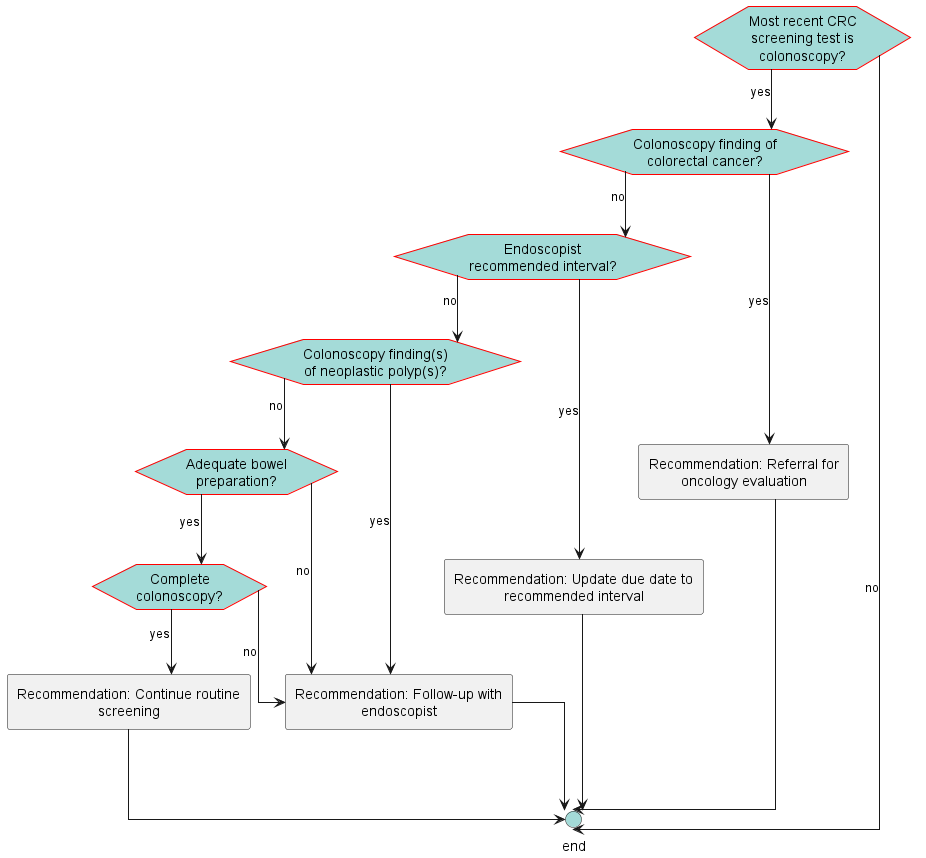
Before: images/flow-FollowUpColonoscopy.png, a diagram exported from PlantUML (ccsm-cds-tools/CDC-Colorectal-Cancer-Screening-CDS-L2).
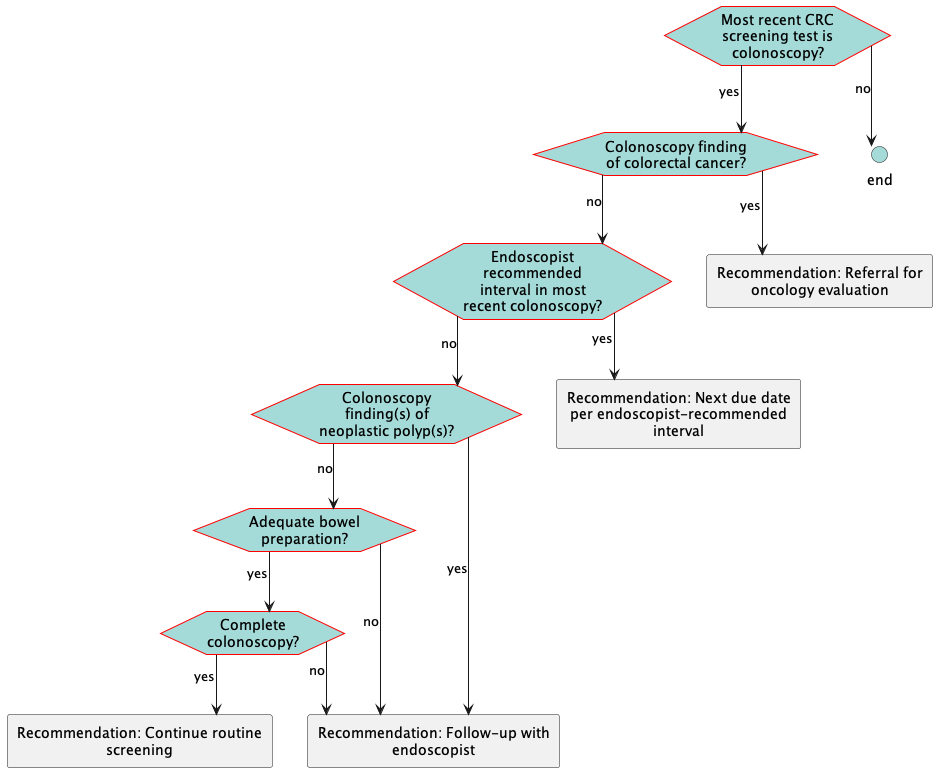
The same file after the commit.

What changed in the source:
```diff
@@ -19,15 +19,15 @@
 </style>
 hexagon "Most recent CRC screening test is colonoscopy?" as eve_lastTestColonoscopy [[#eve-lastTestColonoscopy]]
 hexagon "Colonoscopy finding of colorectal cancer?" as eve_colonoscopyFindingCRC [[#eve-colonoscopyFindingCRC]]
-hexagon "Endoscopist recommended interval?" as eve_recommendedInterval [[#eve-recommendedInterval]]
+hexagon "Endoscopist recommended interval in most recent colonoscopy?" as eve_recommendedInterval [[#eve-recommendedInterval]]
 hexagon "Colonoscopy finding(s) of neoplastic polyp(s)?" as eve_colonoscopyFindingPolyps [[#eve-colonoscopyFindingPolyps]]
 hexagon "Adequate bowel preparation?" as eve_adequateBowelPrep [[#eve-adequateBowelPrep]]
 hexagon "Complete colonoscopy?" as eve_cecalIntubation [[#eve-cecalIntubation]]
-rectangle "Recommendation: Update due date to recommended interval" as act_updateDueDatePerInterval [[#act-updateDueDatePerInterval]]
+circle "end" as end_1 <<end>>
+rectangle "Recommendation: Referral for oncology evaluation" as act_oncologyReferral [[#act-oncologyReferral]]
+rectangle "Recommendation: Next due date per endoscopist-recommended interval" as act_updateDueDatePerInterval [[#act-updateDueDatePerInterval]]
+rectangle "Recommendation: Follow-up with endoscopist" as act_followUpColonoscopist [[#act-followUpColonoscopist]]
 rectangle "Recommendation: Continue routine screening" as act_continueRoutineScreening [[#act-continueRoutineScreening]]
-rectangle "Recommendation: Referral for oncology evaluation" as act_oncologyReferral [[#act-oncologyReferral]]
-rectangle "Recommendation: Follow-up with endoscopist" as act_followUpColonoscopist [[#act-followUpColonoscopist]]
-circle "end" as end_1 <<end>>
 eve_lastTestColonoscopy-->eve_colonoscopyFindingCRC: yes
 eve_lastTestColonoscopy-->end_1: no
 eve_colonoscopyFindingCRC-->act_oncologyReferral: yes
@@ -40,8 +40,4 @@
 eve_adequateBowelPrep-->act_followUpColonoscopist: no
 eve_cecalIntubation-->act_continueRoutineScreening: yes
 eve_cecalIntubation-->act_followUpColonoscopist: no
-act_updateDueDatePerInterval-->end_1
-act_continueRoutineScreening-->end_1
-act_oncologyReferral-->end_1
-act_followUpColonoscopist-->end_1
 @enduml
```
